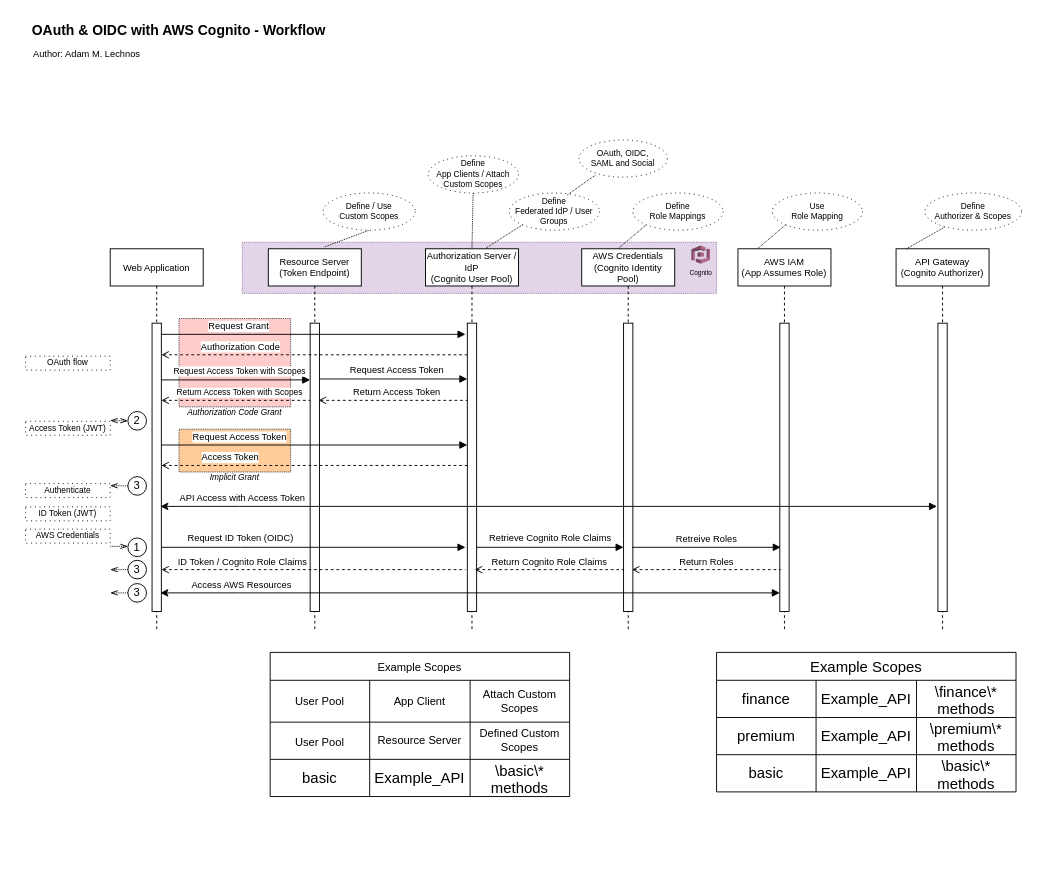
The draw.io diagram devops/OAuth20-Sequence-Diagram.drawio in Adam-Lechnos/diagrams-charts, before the edit. Source tidied: cells renumbered, new cells numbered last; positions are measured from the earlier drawing's top-left corner, leaving out a move shared by most shapes. Both pictures are drawn from the tidied source at 93%, with x=0, y=0 at pixel (16, 16).
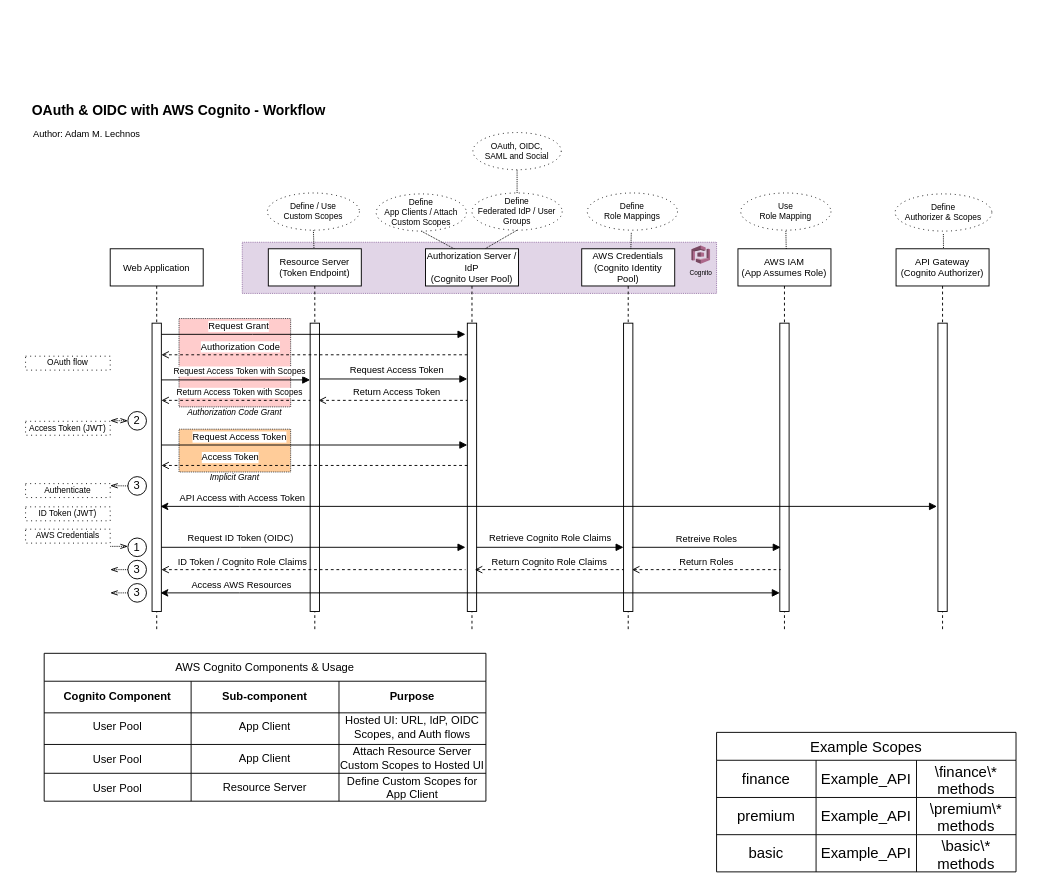
After the change.

Unchanged cells that the change refers to:
```xml
<mxCell id="2" style="rounded=0;whiteSpace=wrap;html=1;fillColor=#e1d5e7;dashed=1;dashPattern=1 1;strokeColor=#9673a6;" parent="1" vertex="1">
  <mxGeometry x="243" y="243" width="510" height="55" as="geometry" />
</mxCell>
<mxCell id="7" value="Resource Server&lt;br style=&quot;font-size: 10px;&quot;&gt;(Token Endpoint)" style="shape=umlLifeline;perimeter=lifelinePerimeter;whiteSpace=wrap;html=1;outlineConnect=0;portConstraint=eastwest;newEdgeStyle={&quot;edgeStyle&quot;:&quot;elbowEdgeStyle&quot;,&quot;elbow&quot;:&quot;vertical&quot;,&quot;curved&quot;:0,&quot;rounded&quot;:0};fontSize=10;" parent="1" vertex="1">
  <mxGeometry x="271" y="250" width="100" height="410" as="geometry" />
</mxCell>
<mxCell id="11" value="AWS Credentials&lt;br style=&quot;font-size: 10px;&quot;&gt;(Cognito Identity Pool)" style="shape=umlLifeline;perimeter=lifelinePerimeter;whiteSpace=wrap;html=1;outlineConnect=0;portConstraint=eastwest;newEdgeStyle={&quot;edgeStyle&quot;:&quot;elbowEdgeStyle&quot;,&quot;elbow&quot;:&quot;vertical&quot;,&quot;curved&quot;:0,&quot;rounded&quot;:0};fontSize=10;" parent="1" vertex="1">
  <mxGeometry x="608" y="250" width="100" height="410" as="geometry" />
</mxCell>
<mxCell id="19" value="Authorization Server / IdP&lt;br style=&quot;font-size: 10px;&quot;&gt;(Cognito User Pool)" style="shape=umlLifeline;perimeter=lifelinePerimeter;whiteSpace=wrap;html=1;outlineConnect=0;portConstraint=eastwest;newEdgeStyle={&quot;edgeStyle&quot;:&quot;elbowEdgeStyle&quot;,&quot;elbow&quot;:&quot;vertical&quot;,&quot;curved&quot;:0,&quot;rounded&quot;:0};fontSize=10;" parent="1" vertex="1">
  <mxGeometry x="440" y="250" width="100" height="410" as="geometry" />
</mxCell>
<mxCell id="23" value="API Gateway&lt;br style=&quot;font-size: 10px;&quot;&gt;(Cognito Authorizer)" style="shape=umlLifeline;perimeter=lifelinePerimeter;whiteSpace=wrap;html=1;outlineConnect=0;portConstraint=eastwest;newEdgeStyle={&quot;edgeStyle&quot;:&quot;elbowEdgeStyle&quot;,&quot;elbow&quot;:&quot;vertical&quot;,&quot;curved&quot;:0,&quot;rounded&quot;:0};fontSize=10;" parent="1" vertex="1">
  <mxGeometry x="946" y="250" width="100" height="410" as="geometry" />
</mxCell>
```

The edit, as a diff of the source:
```diff
@@
-    <mxCell id="13" style="rounded=0;jettySize=auto;html=1;dashed=1;endArrow=none;endFill=0;dashPattern=1 1;entryX=0.5;entryY=-0.002;entryDx=0;entryDy=0;entryPerimeter=0;" parent="1" edge="1" source="14" target="19">
+    <mxCell id="13" style="rounded=0;jettySize=auto;html=1;dashed=1;endArrow=none;endFill=0;dashPattern=1 1;entryX=0.4;entryY=0.012;entryDx=0;entryDy=0;entryPerimeter=0;exitX=0.5;exitY=1;exitDx=0;exitDy=0;" parent="1" edge="1" source="14" target="19">
       <mxGeometry relative="1" as="geometry" />
     </mxCell>
     <mxCell id="14" value="Define&lt;br&gt;App Clients / Attach Custom Scopes" style="ellipse;whiteSpace=wrap;html=1;fontSize=9;dashed=1;dashPattern=1 4;" parent="1" vertex="1">
-      <mxGeometry x="443" y="150" width="97" height="40" as="geometry" />
+      <mxGeometry x="387" y="191" width="97" height="40" as="geometry" />
     </mxCell>
     <mxCell id="15" value="Define&lt;br&gt;Federated IdP / User Groups" style="ellipse;whiteSpace=wrap;html=1;fontSize=9;dashed=1;dashPattern=1 4;" parent="1" vertex="1">
-      <mxGeometry x="530" y="190" width="97" height="40" as="geometry" />
+      <mxGeometry x="490" y="190" width="97" height="40" as="geometry" />
     </mxCell>
     <mxCell id="16" value="Define&lt;br&gt;Role Mappings" style="ellipse;whiteSpace=wrap;html=1;fontSize=9;dashed=1;dashPattern=1 4;" parent="1" vertex="1">
-      <mxGeometry x="663" y="190" width="97" height="40" as="geometry" />
+      <mxGeometry x="614" y="190" width="97" height="40" as="geometry" />
     </mxCell>
@@
-    <mxCell id="21" style="rounded=0;jettySize=auto;html=1;dashed=1;endArrow=none;endFill=0;entryX=0.37;entryY=0;entryDx=0;entryDy=0;entryPerimeter=0;dashPattern=1 1;exitX=0;exitY=1;exitDx=0;exitDy=0;" parent="1" edge="1" source="15">
+    <mxCell id="21" style="rounded=0;jettySize=auto;html=1;dashed=1;endArrow=none;endFill=0;entryX=0.37;entryY=0;entryDx=0;entryDy=0;entryPerimeter=0;dashPattern=1 1;exitX=0.5;exitY=1;exitDx=0;exitDy=0;" parent="1" edge="1" source="15">
       <mxGeometry relative="1" as="geometry">
         <mxPoint x="504" y="250" as="targetPoint" />
       </mxGeometry>
     </mxCell>
-    <mxCell id="22" style="rounded=0;jettySize=auto;html=1;dashed=1;endArrow=none;endFill=0;entryX=0.37;entryY=0;entryDx=0;entryDy=0;entryPerimeter=0;dashPattern=1 1;exitX=0;exitY=1;exitDx=0;exitDy=0;" parent="1" edge="1" source="16">
-      <mxGeometry relative="1" as="geometry">
-        <mxPoint x="647" y="250" as="targetPoint" />
-      </mxGeometry>
+    <mxCell id="22" style="rounded=0;jettySize=auto;html=1;dashed=1;endArrow=none;endFill=0;entryX=0.528;entryY=0;entryDx=0;entryDy=0;entryPerimeter=0;dashPattern=1 1;exitX=0.488;exitY=1.072;exitDx=0;exitDy=0;exitPerimeter=0;" parent="1" edge="1" source="16" target="11">
+      <mxGeometry relative="1" as="geometry" />
     </mxCell>
@@
-    <mxCell id="28" style="rounded=0;jettySize=auto;html=1;dashed=1;endArrow=none;endFill=0;entryX=0.172;entryY=0.097;entryDx=0;entryDy=0;entryPerimeter=0;dashPattern=1 1;exitX=0.5;exitY=1;exitDx=0;exitDy=0;" parent="1" edge="1" source="29" target="2">
+    <mxCell id="28" style="rounded=0;jettySize=auto;html=1;dashed=1;endArrow=none;endFill=0;entryX=0.491;entryY=0;entryDx=0;entryDy=0;entryPerimeter=0;dashPattern=1 1;exitX=0.5;exitY=1;exitDx=0;exitDy=0;" parent="1" edge="1" source="29" target="7">
       <mxGeometry relative="1" as="geometry" />
     </mxCell>
     <mxCell id="29" value="Define / Use&lt;br&gt;Custom Scopes" style="ellipse;whiteSpace=wrap;html=1;fontSize=9;dashed=1;dashPattern=1 4;" parent="1" vertex="1">
-      <mxGeometry x="330" y="190" width="99" height="40" as="geometry" />
+      <mxGeometry x="270" y="190" width="99" height="40" as="geometry" />
     </mxCell>
@@
     <mxCell id="58" value="OAuth &amp;amp; OIDC with AWS Cognito - Workflow" style="text;html=1;align=center;verticalAlign=middle;whiteSpace=wrap;rounded=0;fontSize=15;fontStyle=1;" parent="1" vertex="1">
-      <mxGeometry width="350" height="30" as="geometry" />
+      <mxGeometry y="86" width="350" height="30" as="geometry" />
     </mxCell>
     <mxCell id="59" value="Author: Adam M. Lechnos" style="text;html=1;align=center;verticalAlign=middle;whiteSpace=wrap;rounded=0;fontSize=10;fontStyle=0;" parent="1" vertex="1">
-      <mxGeometry x="16" y="25" width="120" height="30" as="geometry" />
+      <mxGeometry x="16" y="111" width="120" height="30" as="geometry" />
     </mxCell>
     <mxCell id="60" value="Define&lt;br&gt;Authorizer &amp;amp; Scopes" style="ellipse;whiteSpace=wrap;html=1;fontSize=9;dashed=1;dashPattern=1 4;" parent="1" vertex="1">
-      <mxGeometry x="977" y="190" width="104" height="40" as="geometry" />
+      <mxGeometry x="945" y="191" width="104" height="40" as="geometry" />
     </mxCell>
-    <mxCell id="61" style="rounded=0;jettySize=auto;html=1;dashed=1;endArrow=none;endFill=0;dashPattern=1 1;entryX=0.11;entryY=0;entryDx=0;entryDy=0;entryPerimeter=0;exitX=0.203;exitY=0.922;exitDx=0;exitDy=0;exitPerimeter=0;" parent="1" edge="1" source="60" target="23">
-      <mxGeometry relative="1" as="geometry" />
+    <mxCell id="61" style="rounded=0;jettySize=auto;html=1;dashed=1;endArrow=none;endFill=0;dashPattern=1 1;exitX=0.499;exitY=1.078;exitDx=0;exitDy=0;exitPerimeter=0;" parent="1" edge="1" source="60">
+      <mxGeometry relative="1" as="geometry">
+        <mxPoint x="997" y="250" as="targetPoint" />
+      </mxGeometry>
     </mxCell>
     <mxCell id="62" value="Use&lt;br&gt;Role Mapping" style="ellipse;whiteSpace=wrap;html=1;fontSize=9;dashed=1;dashPattern=1 4;" parent="1" vertex="1">
-      <mxGeometry x="813" y="190" width="97" height="40" as="geometry" />
+      <mxGeometry x="779" y="190" width="97" height="40" as="geometry" />
     </mxCell>
-    <mxCell id="63" style="rounded=0;jettySize=auto;html=1;dashed=1;endArrow=none;endFill=0;entryX=0.37;entryY=0;entryDx=0;entryDy=0;entryPerimeter=0;dashPattern=1 1;exitX=0;exitY=1;exitDx=0;exitDy=0;" parent="1" edge="1" source="62">
+    <mxCell id="63" style="rounded=0;jettySize=auto;html=1;dashed=1;endArrow=none;endFill=0;dashPattern=1 1;exitX=0.519;exitY=0.005;exitDx=0;exitDy=0;exitPerimeter=0;entryX=0.5;entryY=1;entryDx=0;entryDy=0;" parent="1" edge="1" target="62">
       <mxGeometry relative="1" as="geometry">
-        <mxPoint x="797" y="250" as="targetPoint" />
+        <mxPoint x="827.9" y="250.1" as="sourcePoint" />
       </mxGeometry>
     </mxCell>
-    <mxCell id="64" style="rounded=0;jettySize=auto;html=1;dashed=1;endArrow=none;endFill=0;dashPattern=1 1;entryX=0.646;entryY=0.05;entryDx=0;entryDy=0;entryPerimeter=0;exitX=0.186;exitY=0.947;exitDx=0;exitDy=0;exitPerimeter=0;" parent="1" edge="1" source="65" target="15">
+    <mxCell id="64" style="rounded=0;jettySize=auto;html=1;dashed=1;endArrow=none;endFill=0;dashPattern=1 1;exitX=0.5;exitY=1;exitDx=0;exitDy=0;entryX=0.5;entryY=0;entryDx=0;entryDy=0;" parent="1" edge="1" source="65" target="15">
       <mxGeometry relative="1" as="geometry" />
     </mxCell>
     <mxCell id="65" value="OAuth, OIDC, &lt;br&gt;SAML and Social" style="ellipse;whiteSpace=wrap;html=1;fontSize=9;dashed=1;dashPattern=1 4;" parent="1" vertex="1">
-      <mxGeometry x="605" y="133" width="95" height="40" as="geometry" />
+      <mxGeometry x="491" y="125" width="95" height="40" as="geometry" />
     </mxCell>
@@
     <mxCell id="72" value="Example Scopes" style="shape=table;startSize=30;childLayout=tableLayout;strokeColor=default;fontSize=16;" parent="1" vertex="1">
-      <mxGeometry x="753" y="684" width="322" height="150" as="geometry" />
+      <mxGeometry x="753" y="770" width="322" height="150" as="geometry" />
     </mxCell>
@@
-    <mxCell id="85" value="Example Scopes" style="shape=table;startSize=30;childLayout=tableLayout;strokeColor=default;fontSize=12;" parent="1" vertex="1">
-      <mxGeometry x="273" y="684" width="322" height="155" as="geometry" />
+    <mxCell id="85" value="AWS Cognito Components &amp; Usage" style="shape=table;startSize=30;childLayout=tableLayout;strokeColor=default;fontSize=12;" parent="1" vertex="1">
+      <mxGeometry x="30" y="685" width="475" height="159" as="geometry" />
     </mxCell>
     <mxCell id="86" style="shape=tableRow;horizontal=0;startSize=0;swimlaneHead=0;swimlaneBody=0;strokeColor=inherit;top=0;left=0;bottom=0;right=0;fillColor=none;fontSize=16;" parent="85" vertex="1">
-      <mxGeometry y="30" width="322" height="45" as="geometry" />
+      <mxGeometry y="30" width="475" height="34" as="geometry" />
     </mxCell>
-    <mxCell id="87" value="User Pool" style="shape=partialRectangle;html=1;whiteSpace=wrap;strokeColor=inherit;overflow=hidden;fillColor=none;top=0;left=0;bottom=0;right=0;fontSize=12;" parent="86" vertex="1">
-      <mxGeometry width="107" height="45" as="geometry" />
+    <mxCell id="87" value="Cognito Component" style="shape=partialRectangle;html=1;whiteSpace=wrap;strokeColor=inherit;overflow=hidden;fillColor=none;top=0;left=0;bottom=0;right=0;fontSize=12;fontStyle=1;" parent="86" vertex="1">
+      <mxGeometry width="158" height="34" as="geometry" />
     </mxCell>
-    <mxCell id="88" value="App Client" style="shape=partialRectangle;html=1;whiteSpace=wrap;strokeColor=inherit;overflow=hidden;fillColor=none;top=0;left=0;bottom=0;right=0;fontSize=12;" parent="86" vertex="1">
-      <mxGeometry x="107" width="108" height="45" as="geometry" />
+    <mxCell id="88" value="Sub-component" style="shape=partialRectangle;html=1;whiteSpace=wrap;strokeColor=inherit;overflow=hidden;fillColor=none;top=0;left=0;bottom=0;right=0;fontSize=12;fontStyle=1;" parent="86" vertex="1">
+      <mxGeometry x="158" width="159" height="34" as="geometry" />
     </mxCell>
-    <mxCell id="89" value="&lt;font style=&quot;font-size: 12px;&quot;&gt;Attach Custom Scopes&lt;/font&gt;" style="shape=partialRectangle;html=1;whiteSpace=wrap;strokeColor=inherit;overflow=hidden;fillColor=none;top=0;left=0;bottom=0;right=0;fontSize=10;" parent="86" vertex="1">
-      <mxGeometry x="215" width="107" height="45" as="geometry" />
+    <mxCell id="89" value="Purpose" style="shape=partialRectangle;html=1;whiteSpace=wrap;strokeColor=inherit;overflow=hidden;fillColor=none;top=0;left=0;bottom=0;right=0;fontSize=12;fontStyle=1;" parent="86" vertex="1">
+      <mxGeometry x="317" width="158" height="34" as="geometry" />
     </mxCell>
+    <mxCell id="98" style="shape=tableRow;horizontal=0;startSize=0;swimlaneHead=0;swimlaneBody=0;strokeColor=inherit;top=0;left=0;bottom=0;right=0;fillColor=none;fontSize=16;" parent="85" vertex="1">
+      <mxGeometry y="64" width="475" height="34" as="geometry" />
+    </mxCell>
+    <mxCell id="99" style="shape=partialRectangle;html=1;whiteSpace=wrap;strokeColor=inherit;overflow=hidden;fillColor=none;top=0;left=0;bottom=0;right=0;fontSize=12;fontStyle=1;" parent="98" vertex="1">
+      <mxGeometry width="158" height="34" as="geometry" />
+    </mxCell>
+    <mxCell id="100" style="shape=partialRectangle;html=1;whiteSpace=wrap;strokeColor=inherit;overflow=hidden;fillColor=none;top=0;left=0;bottom=0;right=0;fontSize=12;fontStyle=1;" parent="98" vertex="1">
+      <mxGeometry x="158" width="159" height="34" as="geometry" />
+    </mxCell>
+    <mxCell id="101" style="shape=partialRectangle;html=1;whiteSpace=wrap;strokeColor=inherit;overflow=hidden;fillColor=none;top=0;left=0;bottom=0;right=0;fontSize=12;fontStyle=1;" parent="98" vertex="1">
+      <mxGeometry x="317" width="158" height="34" as="geometry" />
+    </mxCell>
     <mxCell id="90" style="shape=tableRow;horizontal=0;startSize=0;swimlaneHead=0;swimlaneBody=0;strokeColor=inherit;top=0;left=0;bottom=0;right=0;fillColor=none;fontSize=16;" parent="85" vertex="1">
-      <mxGeometry y="75" width="322" height="40" as="geometry" />
+      <mxGeometry y="98" width="475" height="31" as="geometry" />
     </mxCell>
-    <mxCell id="91" value="&lt;font style=&quot;font-size: 12px;&quot;&gt;User Pool&lt;/font&gt;" style="shape=partialRectangle;html=1;whiteSpace=wrap;strokeColor=inherit;overflow=hidden;fillColor=none;top=0;left=0;bottom=0;right=0;fontSize=16;" parent="90" vertex="1">
-      <mxGeometry width="107" height="40" as="geometry" />
+    <mxCell id="91" style="shape=partialRectangle;html=1;whiteSpace=wrap;strokeColor=inherit;overflow=hidden;fillColor=none;top=0;left=0;bottom=0;right=0;fontSize=16;" parent="90" vertex="1">
+      <mxGeometry width="158" height="31" as="geometry" />
     </mxCell>
-    <mxCell id="92" value="Resource Server" style="shape=partialRectangle;html=1;whiteSpace=wrap;strokeColor=inherit;overflow=hidden;fillColor=none;top=0;left=0;bottom=0;right=0;fontSize=12;" parent="90" vertex="1">
-      <mxGeometry x="107" width="108" height="40" as="geometry" />
+    <mxCell id="92" style="shape=partialRectangle;html=1;whiteSpace=wrap;strokeColor=inherit;overflow=hidden;fillColor=none;top=0;left=0;bottom=0;right=0;fontSize=12;" parent="90" vertex="1">
+      <mxGeometry x="158" width="159" height="31" as="geometry" />
     </mxCell>
-    <mxCell id="93" value="Defined Custom Scopes" style="shape=partialRectangle;html=1;whiteSpace=wrap;strokeColor=inherit;overflow=hidden;fillColor=none;top=0;left=0;bottom=0;right=0;fontSize=12;" parent="90" vertex="1">
-      <mxGeometry x="215" width="107" height="40" as="geometry" />
+    <mxCell id="93" style="shape=partialRectangle;html=1;whiteSpace=wrap;strokeColor=inherit;overflow=hidden;fillColor=none;top=0;left=0;bottom=0;right=0;fontSize=12;" parent="90" vertex="1">
+      <mxGeometry x="317" width="158" height="31" as="geometry" />
     </mxCell>
     <mxCell id="94" style="shape=tableRow;horizontal=0;startSize=0;swimlaneHead=0;swimlaneBody=0;strokeColor=inherit;top=0;left=0;bottom=0;right=0;fillColor=none;fontSize=16;" parent="85" vertex="1">
-      <mxGeometry y="115" width="322" height="40" as="geometry" />
+      <mxGeometry y="129" width="475" height="30" as="geometry" />
     </mxCell>
-    <mxCell id="95" value="basic" style="shape=partialRectangle;html=1;whiteSpace=wrap;strokeColor=inherit;overflow=hidden;fillColor=none;top=0;left=0;bottom=0;right=0;fontSize=16;" parent="94" vertex="1">
-      <mxGeometry width="107" height="40" as="geometry" />
+    <mxCell id="95" style="shape=partialRectangle;html=1;whiteSpace=wrap;strokeColor=inherit;overflow=hidden;fillColor=none;top=0;left=0;bottom=0;right=0;fontSize=16;" parent="94" vertex="1">
+      <mxGeometry width="158" height="30" as="geometry" />
     </mxCell>
-    <mxCell id="96" value="Example_API" style="shape=partialRectangle;html=1;whiteSpace=wrap;strokeColor=inherit;overflow=hidden;fillColor=none;top=0;left=0;bottom=0;right=0;fontSize=16;" parent="94" vertex="1">
-      <mxGeometry x="107" width="108" height="40" as="geometry" />
+    <mxCell id="96" style="shape=partialRectangle;html=1;whiteSpace=wrap;strokeColor=inherit;overflow=hidden;fillColor=none;top=0;left=0;bottom=0;right=0;fontSize=16;" parent="94" vertex="1">
+      <mxGeometry x="158" width="159" height="30" as="geometry" />
     </mxCell>
-    <mxCell id="97" value="\basic\*&lt;br&gt;methods" style="shape=partialRectangle;html=1;whiteSpace=wrap;strokeColor=inherit;overflow=hidden;fillColor=none;top=0;left=0;bottom=0;right=0;fontSize=16;" parent="94" vertex="1">
-      <mxGeometry x="215" width="107" height="40" as="geometry" />
+    <mxCell id="97" style="shape=partialRectangle;html=1;whiteSpace=wrap;strokeColor=inherit;overflow=hidden;fillColor=none;top=0;left=0;bottom=0;right=0;fontSize=16;" parent="94" vertex="1">
+      <mxGeometry x="317" width="158" height="30" as="geometry" />
     </mxCell>
+    <mxCell id="102" value="User Pool" style="shape=partialRectangle;html=1;whiteSpace=wrap;strokeColor=inherit;overflow=hidden;fillColor=none;top=0;left=0;bottom=0;right=0;fontSize=12;" parent="1" vertex="1">
+      <mxGeometry x="30" y="747" width="158" height="34" as="geometry" />
+    </mxCell>
+    <mxCell id="103" value="App Client" style="shape=partialRectangle;html=1;whiteSpace=wrap;strokeColor=inherit;overflow=hidden;fillColor=none;top=0;left=0;bottom=0;right=0;fontSize=12;" parent="1" vertex="1">
+      <mxGeometry x="188" y="747" width="159" height="34" as="geometry" />
+    </mxCell>
+    <mxCell id="104" value="&lt;font style=&quot;font-size: 12px;&quot;&gt;Hosted UI: URL, IdP, OIDC Scopes, and Auth flows&lt;/font&gt;" style="shape=partialRectangle;html=1;whiteSpace=wrap;strokeColor=inherit;overflow=hidden;fillColor=none;top=0;left=0;bottom=0;right=0;fontSize=10;" parent="1" vertex="1">
+      <mxGeometry x="347" y="748" width="158" height="34" as="geometry" />
+    </mxCell>
+    <mxCell id="105" value="&lt;font style=&quot;font-size: 12px;&quot;&gt;User Pool&lt;/font&gt;" style="shape=partialRectangle;html=1;whiteSpace=wrap;strokeColor=inherit;overflow=hidden;fillColor=none;top=0;left=0;bottom=0;right=0;fontSize=16;" parent="1" vertex="1">
+      <mxGeometry x="30" y="781" width="158" height="31" as="geometry" />
+    </mxCell>
+    <mxCell id="106" value="&lt;font style=&quot;font-size: 12px;&quot;&gt;User Pool&lt;/font&gt;" style="shape=partialRectangle;html=1;whiteSpace=wrap;strokeColor=inherit;overflow=hidden;fillColor=none;top=0;left=0;bottom=0;right=0;fontSize=16;" parent="1" vertex="1">
+      <mxGeometry x="30" y="813" width="158" height="31" as="geometry" />
+    </mxCell>
+    <mxCell id="107" value="Resource Server" style="shape=partialRectangle;html=1;whiteSpace=wrap;strokeColor=inherit;overflow=hidden;fillColor=none;top=0;left=0;bottom=0;right=0;fontSize=12;" parent="1" vertex="1">
+      <mxGeometry x="188" y="813" width="159" height="31" as="geometry" />
+    </mxCell>
+    <mxCell id="108" value="Define Custom Scopes for App Client" style="shape=partialRectangle;html=1;whiteSpace=wrap;strokeColor=inherit;overflow=hidden;fillColor=none;top=0;left=0;bottom=0;right=0;fontSize=12;" parent="1" vertex="1">
+      <mxGeometry x="347" y="813" width="158" height="31" as="geometry" />
+    </mxCell>
+    <mxCell id="109" value="App Client" style="shape=partialRectangle;html=1;whiteSpace=wrap;strokeColor=inherit;overflow=hidden;fillColor=none;top=0;left=0;bottom=0;right=0;fontSize=12;" parent="1" vertex="1">
+      <mxGeometry x="188" y="781" width="159" height="34" as="geometry" />
+    </mxCell>
+    <mxCell id="110" value="&lt;font style=&quot;font-size: 12px;&quot;&gt;Attach Resource Server Custom Scopes to Hosted UI&lt;/font&gt;" style="shape=partialRectangle;html=1;whiteSpace=wrap;strokeColor=inherit;overflow=hidden;fillColor=none;top=0;left=0;bottom=0;right=0;fontSize=10;" parent="1" vertex="1">
+      <mxGeometry x="347" y="781" width="158" height="34" as="geometry" />
+    </mxCell>
```
